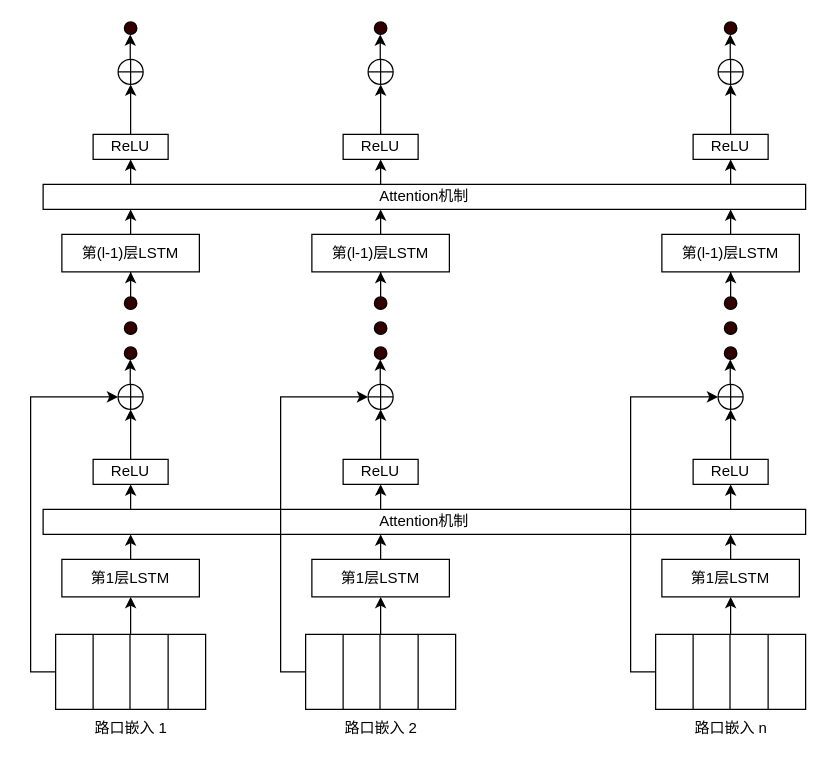
Above: page "第 3 页" (3 of 3) of 未命名绘图.drawio in Alina713/MGLSTM (draw.io), before the change. Source tidied: cells renumbered, new cells numbered last; positions are measured from the earlier drawing's top-left corner, leaving out a move shared by most shapes. Both pictures are drawn from the tidied source at 125%, with x=0, y=0 at pixel (30, 21).
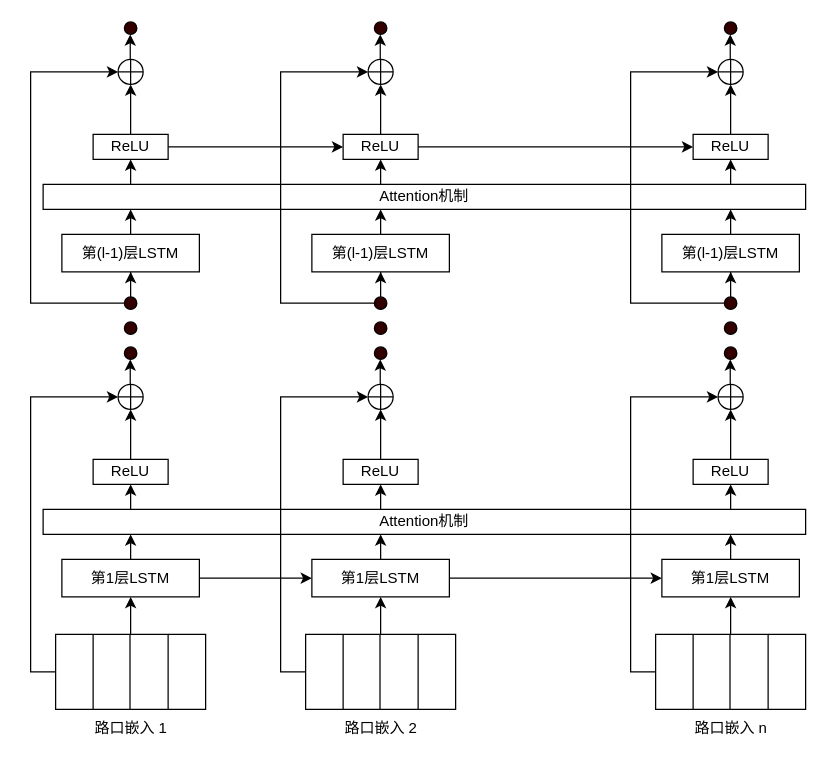
The same diagram, later.

Commit message:
更新未命名绘图.drawio

Unchanged cells that the change refers to:
```xml
<mxCell id="20" value="第1层LSTM" style="rounded=0;whiteSpace=wrap;html=1;" parent="1" vertex="1">
  <mxGeometry x="25" y="430" width="110" height="30" as="geometry" />
</mxCell>
<mxCell id="21" value="第1层LSTM" style="rounded=0;whiteSpace=wrap;html=1;" parent="1" vertex="1">
  <mxGeometry x="225" y="430" width="110" height="30" as="geometry" />
</mxCell>
<mxCell id="22" value="第1层LSTM" style="rounded=0;whiteSpace=wrap;html=1;" parent="1" vertex="1">
  <mxGeometry x="505" y="430" width="110" height="30" as="geometry" />
</mxCell>
<mxCell id="48" style="ellipse;whiteSpace=wrap;html=1;fillColor=#330000;" parent="1" vertex="1">
  <mxGeometry x="75" y="220" width="10" height="10" as="geometry" />
</mxCell>
<mxCell id="60" value="ReLU" style="rounded=0;whiteSpace=wrap;html=1;" parent="1" vertex="1">
  <mxGeometry x="50" y="90" width="60" height="20" as="geometry" />
</mxCell>
<mxCell id="61" value="ReLU" style="rounded=0;whiteSpace=wrap;html=1;" parent="1" vertex="1">
  <mxGeometry x="250" y="90" width="60" height="20" as="geometry" />
</mxCell>
<mxCell id="62" value="ReLU" style="rounded=0;whiteSpace=wrap;html=1;" parent="1" vertex="1">
  <mxGeometry x="530" y="90" width="60" height="20" as="geometry" />
</mxCell>
<mxCell id="63" style="verticalLabelPosition=bottom;verticalAlign=top;html=1;shape=mxgraph.flowchart.summing_function;" parent="1" vertex="1">
  <mxGeometry x="70" y="30" width="20" height="20" as="geometry" />
</mxCell>
```

The edit, as a diff of the source:
```diff
@@
+    <mxCell id="82" style="edgeStyle=orthogonalEdgeStyle;rounded=0;jettySize=auto;html=1;entryX=0;entryY=0.5;entryDx=0;entryDy=0;" parent="1" edge="1" source="20" target="21">
+      <mxGeometry relative="1" as="geometry" />
+    </mxCell>
@@
+    <mxCell id="83" style="edgeStyle=orthogonalEdgeStyle;rounded=0;jettySize=auto;html=1;entryX=0;entryY=0.5;entryDx=0;entryDy=0;" parent="1" edge="1" source="21" target="22">
+      <mxGeometry relative="1" as="geometry" />
+    </mxCell>
@@
+    <mxCell id="84" style="edgeStyle=orthogonalEdgeStyle;rounded=0;jettySize=auto;html=1;entryX=0;entryY=0.5;entryDx=0;entryDy=0;" parent="1" edge="1" source="60" target="61">
+      <mxGeometry relative="1" as="geometry" />
+    </mxCell>
@@
+    <mxCell id="85" style="edgeStyle=orthogonalEdgeStyle;rounded=0;jettySize=auto;html=1;" parent="1" edge="1" source="61" target="62">
+      <mxGeometry relative="1" as="geometry" />
+    </mxCell>
@@
+    <mxCell id="86" style="edgeStyle=orthogonalEdgeStyle;rounded=0;jettySize=auto;html=1;entryX=0;entryY=0.5;entryDx=0;entryDy=0;entryPerimeter=0;" parent="1" edge="1" source="48" target="63">
+      <mxGeometry relative="1" as="geometry">
+        <Array as="points">
+          <mxPoint y="225" />
+          <mxPoint y="40" />
+        </Array>
+      </mxGeometry>
+    </mxCell>
+    <mxCell id="87" style="edgeStyle=orthogonalEdgeStyle;rounded=0;orthogonalLoop=1;jettySize=auto;html=1;entryX=0;entryY=0.5;entryDx=0;entryDy=0;entryPerimeter=0;" parent="1" edge="1">
+      <mxGeometry relative="1" as="geometry">
+        <mxPoint x="275" y="225" as="sourcePoint" />
+        <mxPoint x="270" y="40" as="targetPoint" />
+        <Array as="points">
+          <mxPoint x="200" y="225" />
+          <mxPoint x="200" y="40" />
+        </Array>
+      </mxGeometry>
+    </mxCell>
+    <mxCell id="88" style="edgeStyle=orthogonalEdgeStyle;rounded=0;orthogonalLoop=1;jettySize=auto;html=1;entryX=0;entryY=0.5;entryDx=0;entryDy=0;entryPerimeter=0;" parent="1" edge="1">
+      <mxGeometry relative="1" as="geometry">
+        <mxPoint x="555" y="225" as="sourcePoint" />
+        <mxPoint x="550" y="40" as="targetPoint" />
+        <Array as="points">
+          <mxPoint x="480" y="225" />
+          <mxPoint x="480" y="40" />
+        </Array>
+      </mxGeometry>
+    </mxCell>
```
